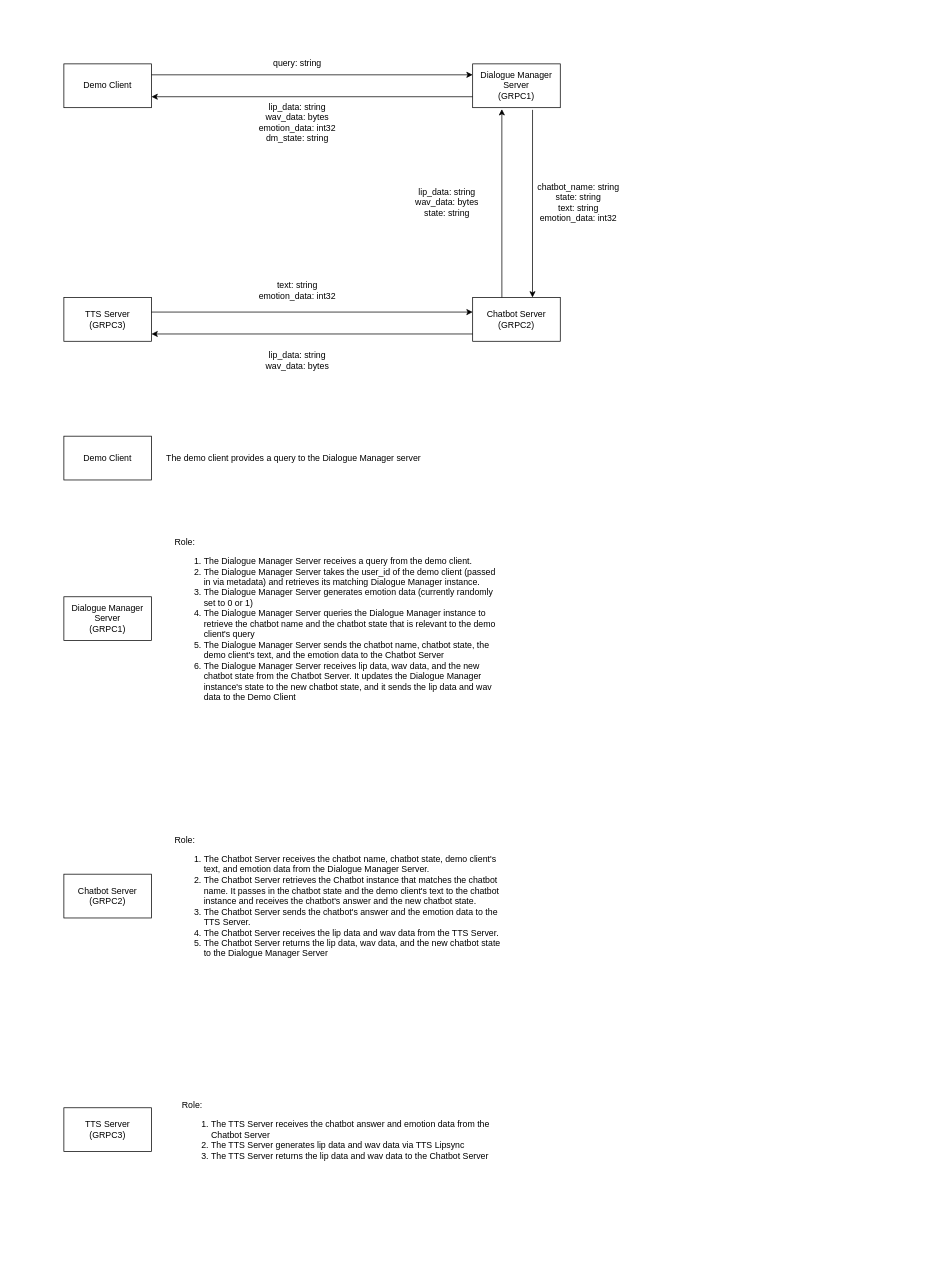
YoungHaYoo12/audio-grapher keeps this draw.io diagram as Untitled Diagram.drawio. Above is the earlier version. Source tidied: cells renumbered, new cells numbered last; positions are measured from the earlier drawing's top-left corner, leaving out a move shared by most shapes. Both pictures are drawn from the tidied source at 73%, with x=0, y=0 at pixel (64, 56).
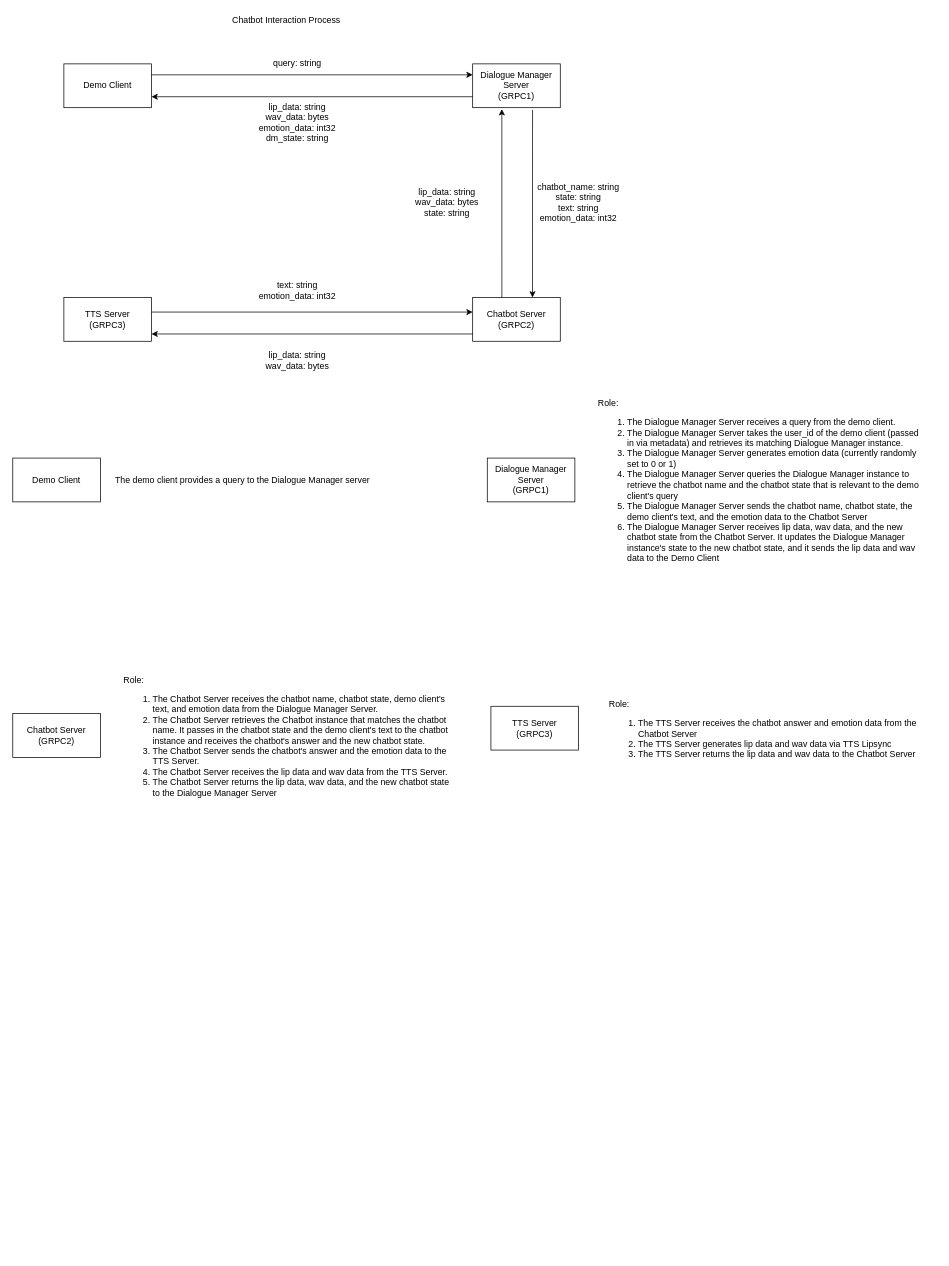
Above is the later version.

Change to the diagram source:
```diff
@@
+    <mxCell id="27" style="group;" parent="1" vertex="1">
+      <mxGeometry x="580" y="550" width="600" height="60" as="geometry" />
+    </mxCell>
+    <mxCell id="20" value="Dialogue Manager Server &lt;br&gt;(GRPC1)" style="rounded=0;whiteSpace=wrap;html=1;" parent="27" vertex="1">
+      <mxGeometry width="120" height="60" as="geometry" />
+    </mxCell>
+    <mxCell id="21" value="&lt;br&gt;Role:&lt;br&gt;&lt;ol&gt;&lt;li&gt;The Dialogue Manager Server receives a query from the demo client.&amp;nbsp;&lt;/li&gt;&lt;li&gt;The Dialogue Manager Server takes the user_id of the demo client (passed in via metadata) and retrieves its matching Dialogue Manager instance.&amp;nbsp;&lt;/li&gt;&lt;li&gt;The Dialogue Manager Server generates emotion data (currently randomly set to 0 or 1)&lt;/li&gt;&lt;li&gt;The Dialogue Manager Server queries the Dialogue Manager instance to retrieve the chatbot name and the chatbot state that is relevant to the demo client's query&lt;/li&gt;&lt;li&gt;The Dialogue Manager Server sends the chatbot name, chatbot state, the demo client's text, and the emotion data to the Chatbot Server&amp;nbsp;&lt;/li&gt;&lt;li&gt;The Dialogue Manager Server receives lip data, wav data, and the new chatbot state from the Chatbot Server. It updates the Dialogue Manager instance's state to the new chatbot state, and it sends the lip data and wav data to the Demo Client&lt;/li&gt;&lt;/ol&gt;" style="text;html=1;strokeColor=none;fillColor=none;align=left;verticalAlign=middle;whiteSpace=wrap;rounded=0;" parent="27" vertex="1">
+      <mxGeometry x="150" y="20" width="450" height="20" as="geometry" />
+    </mxCell>
+    <mxCell id="23" style="edgeStyle=orthogonalEdgeStyle;rounded=0;orthogonalLoop=1;jettySize=auto;html=1;exitX=0.5;exitY=1;exitDx=0;exitDy=0;" parent="27" edge="1" source="21" target="21">
+      <mxGeometry relative="1" as="geometry" />
+    </mxCell>
+    <mxCell id="28" style="group;" parent="1" vertex="1">
+      <mxGeometry x="-70" y="550" width="540" height="60" as="geometry" />
+    </mxCell>
-    <mxCell id="18" value="Demo Client" style="rounded=0;whiteSpace=wrap;html=1;" parent="1" vertex="1">
-      <mxGeometry y="520" width="120" height="60" as="geometry" />
+    <mxCell id="18" value="Demo Client" style="rounded=0;whiteSpace=wrap;html=1;" parent="28" vertex="1">
+      <mxGeometry width="120" height="60" as="geometry" />
     </mxCell>
-    <mxCell id="19" value="The demo client provides a query to the Dialogue Manager server" style="text;html=1;strokeColor=none;fillColor=none;align=center;verticalAlign=middle;whiteSpace=wrap;rounded=0;" parent="1" vertex="1">
-      <mxGeometry x="90" y="540" width="450" height="20" as="geometry" />
+    <mxCell id="19" value="The demo client provides a query to the Dialogue Manager server" style="text;html=1;strokeColor=none;fillColor=none;align=center;verticalAlign=middle;whiteSpace=wrap;rounded=0;" parent="28" vertex="1">
+      <mxGeometry x="90" y="20" width="450" height="20" as="geometry" />
     </mxCell>
-    <mxCell id="20" value="Dialogue Manager Server &lt;br&gt;(GRPC1)" style="rounded=0;whiteSpace=wrap;html=1;" parent="1" vertex="1">
-      <mxGeometry y="740" width="120" height="60" as="geometry" />
-    </mxCell>
-    <mxCell id="21" value="&lt;br&gt;Role:&lt;br&gt;&lt;ol&gt;&lt;li&gt;The Dialogue Manager Server receives a query from the demo client.&amp;nbsp;&lt;/li&gt;&lt;li&gt;The Dialogue Manager Server takes the user_id of the demo client (passed in via metadata) and retrieves its matching Dialogue Manager instance.&amp;nbsp;&lt;/li&gt;&lt;li&gt;The Dialogue Manager Server generates emotion data (currently randomly set to 0 or 1)&lt;/li&gt;&lt;li&gt;The Dialogue Manager Server queries the Dialogue Manager instance to retrieve the chatbot name and the chatbot state that is relevant to the demo client's query&lt;/li&gt;&lt;li&gt;The Dialogue Manager Server sends the chatbot name, chatbot state, the demo client's text, and the emotion data to the Chatbot Server&amp;nbsp;&lt;/li&gt;&lt;li&gt;The Dialogue Manager Server receives lip data, wav data, and the new chatbot state from the Chatbot Server. It updates the Dialogue Manager instance's state to the new chatbot state, and it sends the lip data and wav data to the Demo Client&lt;/li&gt;&lt;/ol&gt;" style="text;html=1;strokeColor=none;fillColor=none;align=left;verticalAlign=middle;whiteSpace=wrap;rounded=0;" parent="1" vertex="1">
-      <mxGeometry x="150" y="760" width="450" height="20" as="geometry" />
-    </mxCell>
+    <mxCell id="29" style="group;" parent="1" vertex="1">
+      <mxGeometry x="-70" y="760" width="600" height="340" as="geometry" />
+    </mxCell>
-    <mxCell id="22" value="Chatbot Server (GRPC2)" style="rounded=0;whiteSpace=wrap;html=1;" parent="1" vertex="1">
-      <mxGeometry y="1120" width="120" height="60" as="geometry" />
+    <mxCell id="22" value="Chatbot Server (GRPC2)" style="rounded=0;whiteSpace=wrap;html=1;" parent="29" vertex="1">
+      <mxGeometry y="140" width="120" height="60" as="geometry" />
     </mxCell>
-    <mxCell id="23" style="edgeStyle=orthogonalEdgeStyle;rounded=0;orthogonalLoop=1;jettySize=auto;html=1;exitX=0.5;exitY=1;exitDx=0;exitDy=0;" parent="1" edge="1" source="21" target="21">
-      <mxGeometry relative="1" as="geometry" />
-    </mxCell>
-    <mxCell id="24" value="&lt;br&gt;Role:&lt;br&gt;&lt;ol&gt;&lt;li&gt;&lt;span&gt;The Chatbot Server receives the chatbot name, chatbot state, demo client's text, and emotion data from the Dialogue Manager Server.&amp;nbsp;&lt;/span&gt;&lt;/li&gt;&lt;li&gt;The Chatbot Server retrieves the Chatbot instance that matches the chatbot name. It passes in the chatbot state and the demo client's text to the chatbot instance and receives the chatbot's answer and the new chatbot state.&amp;nbsp;&lt;/li&gt;&lt;li&gt;The Chatbot Server sends the chatbot's answer and the emotion data to the TTS Server.&amp;nbsp;&lt;/li&gt;&lt;li&gt;The Chatbot Server receives the lip data and wav data from the TTS Server.&amp;nbsp;&lt;/li&gt;&lt;li&gt;The Chatbot Server returns the lip data, wav data, and the new chatbot state to the Dialogue Manager Server&lt;/li&gt;&lt;/ol&gt;" style="text;html=1;strokeColor=none;fillColor=none;align=left;verticalAlign=middle;whiteSpace=wrap;rounded=0;" parent="1" vertex="1">
-      <mxGeometry x="150" y="980" width="450" height="340" as="geometry" />
+    <mxCell id="24" value="&lt;br&gt;Role:&lt;br&gt;&lt;ol&gt;&lt;li&gt;&lt;span&gt;The Chatbot Server receives the chatbot name, chatbot state, demo client's text, and emotion data from the Dialogue Manager Server.&amp;nbsp;&lt;/span&gt;&lt;/li&gt;&lt;li&gt;The Chatbot Server retrieves the Chatbot instance that matches the chatbot name. It passes in the chatbot state and the demo client's text to the chatbot instance and receives the chatbot's answer and the new chatbot state.&amp;nbsp;&lt;/li&gt;&lt;li&gt;The Chatbot Server sends the chatbot's answer and the emotion data to the TTS Server.&amp;nbsp;&lt;/li&gt;&lt;li&gt;The Chatbot Server receives the lip data and wav data from the TTS Server.&amp;nbsp;&lt;/li&gt;&lt;li&gt;The Chatbot Server returns the lip data, wav data, and the new chatbot state to the Dialogue Manager Server&lt;/li&gt;&lt;/ol&gt;" style="text;html=1;strokeColor=none;fillColor=none;align=left;verticalAlign=middle;whiteSpace=wrap;rounded=0;" parent="29" vertex="1">
+      <mxGeometry x="150" width="450" height="340" as="geometry" />
     </mxCell>
+    <mxCell id="30" style="group;" parent="1" vertex="1">
+      <mxGeometry x="585" y="750" width="610" height="340" as="geometry" />
+    </mxCell>
-    <mxCell id="25" value="TTS Server&lt;br&gt;(GRPC3)" style="rounded=0;whiteSpace=wrap;html=1;" parent="1" vertex="1">
-      <mxGeometry y="1440" width="120" height="60" as="geometry" />
+    <mxCell id="25" value="TTS Server&lt;br&gt;(GRPC3)" style="rounded=0;whiteSpace=wrap;html=1;" parent="30" vertex="1">
+      <mxGeometry y="140" width="120" height="60" as="geometry" />
     </mxCell>
-    <mxCell id="26" value="&lt;br&gt;Role:&lt;br&gt;&lt;ol&gt;&lt;li&gt;The TTS Server receives the chatbot answer and emotion data from the Chatbot Server&amp;nbsp;&lt;/li&gt;&lt;li&gt;The TTS Server generates lip data and wav data via TTS Lipsync&amp;nbsp;&lt;/li&gt;&lt;li&gt;The TTS Server returns the lip data and wav data to the Chatbot Server&amp;nbsp;&lt;/li&gt;&lt;/ol&gt;" style="text;html=1;strokeColor=none;fillColor=none;align=left;verticalAlign=middle;whiteSpace=wrap;rounded=0;" parent="1" vertex="1">
-      <mxGeometry x="160" y="1300" width="450" height="340" as="geometry" />
+    <mxCell id="26" value="&lt;br&gt;Role:&lt;br&gt;&lt;ol&gt;&lt;li&gt;The TTS Server receives the chatbot answer and emotion data from the Chatbot Server&amp;nbsp;&lt;/li&gt;&lt;li&gt;The TTS Server generates lip data and wav data via TTS Lipsync&amp;nbsp;&lt;/li&gt;&lt;li&gt;The TTS Server returns the lip data and wav data to the Chatbot Server&amp;nbsp;&lt;/li&gt;&lt;/ol&gt;" style="text;html=1;strokeColor=none;fillColor=none;align=left;verticalAlign=middle;whiteSpace=wrap;rounded=0;" parent="30" vertex="1">
+      <mxGeometry x="160" width="450" height="340" as="geometry" />
     </mxCell>
+    <mxCell id="31" value="Chatbot Interaction Process" style="text;html=1;strokeColor=none;fillColor=none;align=center;verticalAlign=middle;whiteSpace=wrap;rounded=0;" parent="1" vertex="1">
+      <mxGeometry x="195" y="-60" width="220" height="20" as="geometry" />
+    </mxCell>
```
